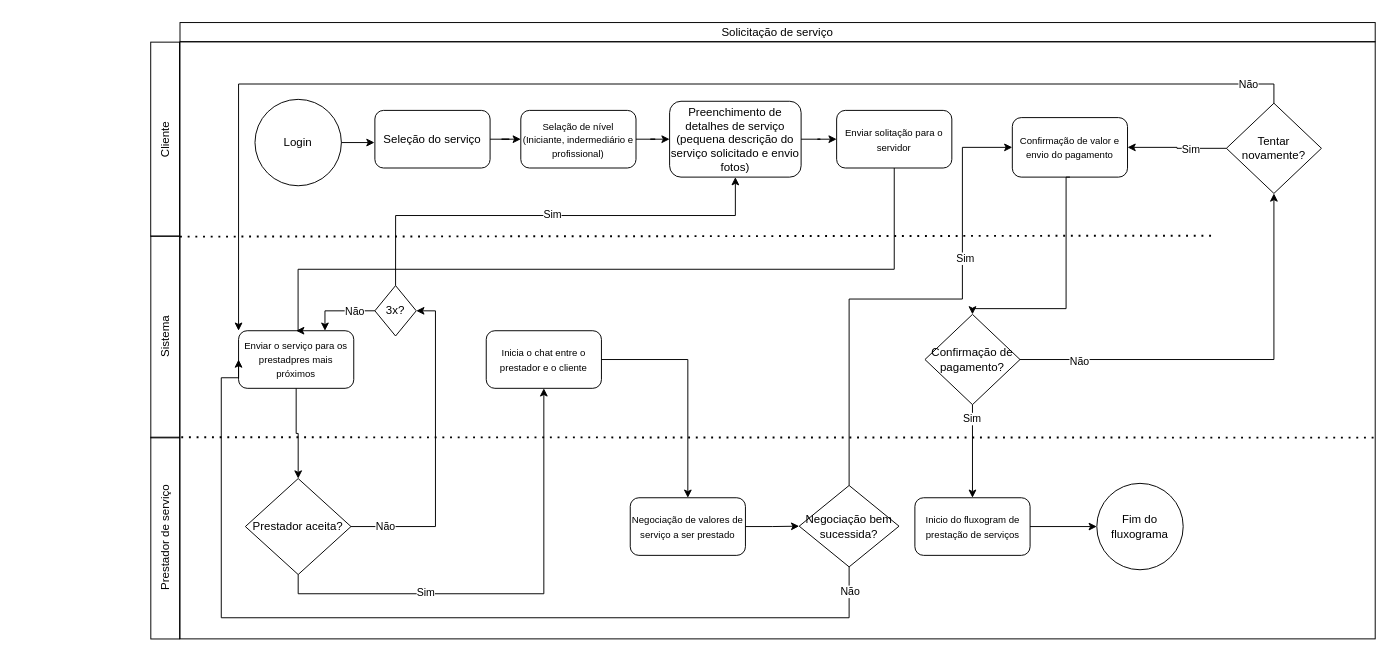
HG0304/CC5511-SIRIUS keeps this draw.io diagram as Fluxo de solicitação de serviço.drawio. Above is the earlier version. Source tidied: cells renumbered, new cells numbered last; positions are measured from the earlier drawing's top-left corner, leaving out a move shared by most shapes. Both pictures are drawn from the tidied source at 96%, with x=0, y=0 at pixel (63, 22).
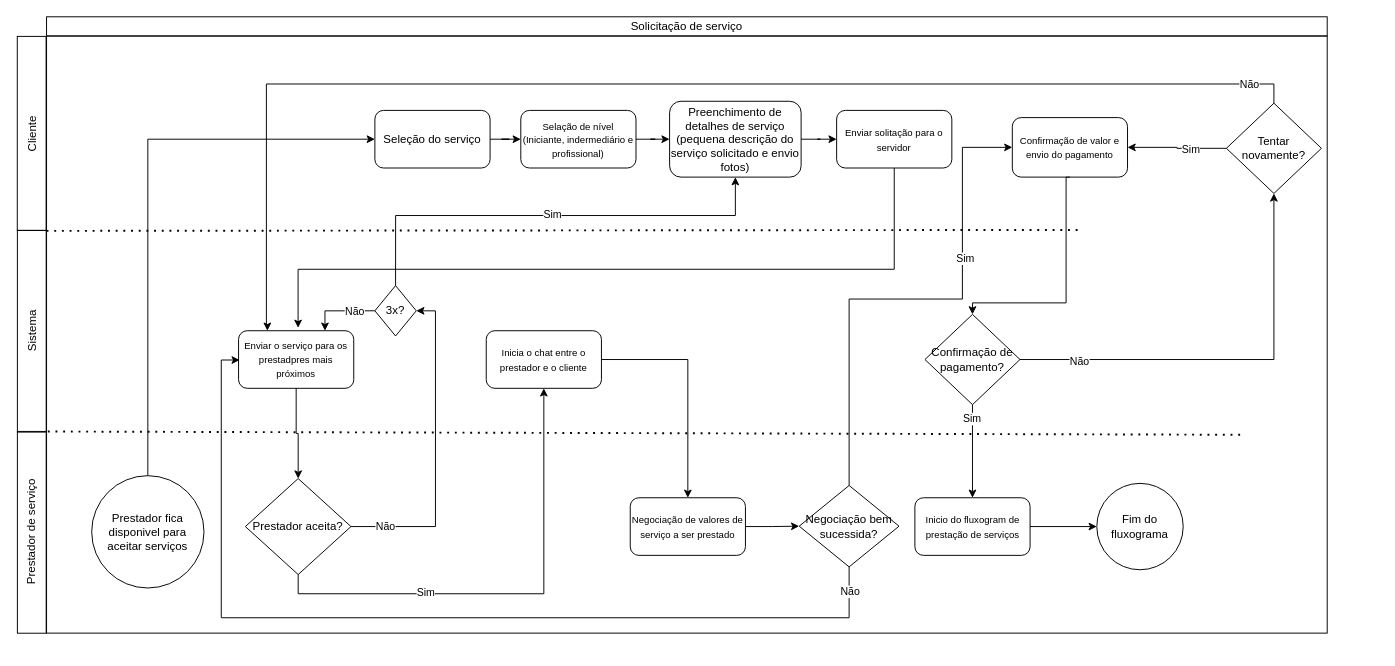
The same diagram, later.

Unchanged cells that the change refers to:
```xml
<mxCell id="9" value="Seleção do serviço" style="rounded=1;whiteSpace=wrap;html=1;fillColor=none;" parent="1" vertex="1">
  <mxGeometry x="324" y="91.5" width="120" height="60" as="geometry" />
</mxCell>
<mxCell id="15" value="&lt;font style=&quot;font-size: 10px;&quot;&gt;Enviar solitação para o servidor&lt;/font&gt;" style="rounded=1;whiteSpace=wrap;html=1;fillColor=none;" parent="1" vertex="1">
  <mxGeometry x="805" y="91.5" width="120" height="60" as="geometry" />
</mxCell>
<mxCell id="17" value="&lt;font style=&quot;font-size: 10px;&quot;&gt;Enviar o serviço para os prestadpres mais próximos&lt;/font&gt;" style="rounded=1;whiteSpace=wrap;html=1;fillColor=none;" parent="1" vertex="1">
  <mxGeometry x="182" y="321" width="120" height="60" as="geometry" />
</mxCell>
<mxCell id="40" value="Negociação bem sucessida?" style="rhombus;whiteSpace=wrap;html=1;fillColor=none;" parent="1" vertex="1">
  <mxGeometry x="766" y="482.2" width="104" height="84.8" as="geometry" />
</mxCell>
<mxCell id="45" value="Confirmação de pagamento?" style="rhombus;whiteSpace=wrap;html=1;fillColor=none;" parent="1" vertex="1">
  <mxGeometry x="897" y="304" width="99" height="94" as="geometry" />
</mxCell>
<mxCell id="50" value="Tentar novamente?" style="rhombus;whiteSpace=wrap;html=1;fillColor=none;" parent="1" vertex="1">
  <mxGeometry x="1211" y="84" width="99" height="94" as="geometry" />
</mxCell>
<mxCell id="55" value="&lt;span style=&quot;font-size: 10px;&quot;&gt;Confirmação de valor e envio do pagamento&lt;/span&gt;" style="rounded=1;whiteSpace=wrap;html=1;fillColor=none;" parent="1" vertex="1">
  <mxGeometry x="988" y="99" width="120" height="62" as="geometry" />
</mxCell>
```

Change to the diagram source:
```diff
@@
+    <mxCell id="56" style="rounded=0;whiteSpace=wrap;html=1;" parent="1" vertex="1">
+      <mxGeometry x="-18" y="14" width="1334" height="622" as="geometry" />
+    </mxCell>
     <mxCell id="2" value="Solicitação de serviço" style="rounded=0;whiteSpace=wrap;html=1;fillColor=none;" parent="1" vertex="1">
-      <mxGeometry x="121" width="1245" height="20" as="geometry" />
+      <mxGeometry x="-18" y="-6" width="1334" height="20" as="geometry" />
     </mxCell>
-    <mxCell id="3" style="rounded=0;whiteSpace=wrap;html=1;fillColor=none;" parent="1" vertex="1">
-      <mxGeometry x="121" y="20" width="1245" height="622" as="geometry" />
-    </mxCell>
-    <mxCell id="4" value="Login" style="ellipse;whiteSpace=wrap;html=1;fillColor=none;" parent="1" vertex="1">
-      <mxGeometry x="199.1" y="80" width="90" height="90" as="geometry" />
-    </mxCell>
     <mxCell id="5" value="Cliente" style="rounded=0;whiteSpace=wrap;html=1;fillColor=none;rotation=-90;" parent="1" vertex="1">
-      <mxGeometry x="4.4" y="106.5" width="202.2" height="30" as="geometry" />
+      <mxGeometry x="-134.6" y="100.5" width="202.2" height="30" as="geometry" />
     </mxCell>
     <mxCell id="6" value="Sistema" style="rounded=0;whiteSpace=wrap;html=1;fillColor=none;rotation=-90;" parent="1" vertex="1">
-      <mxGeometry x="0.5" y="312.5" width="210.2" height="30" as="geometry" />
+      <mxGeometry x="-138.5" y="306.5" width="210.2" height="30" as="geometry" />
     </mxCell>
@@
     <mxCell id="10" style="endArrow=none;dashed=1;html=1;dashPattern=1 3;strokeWidth=2;rounded=0;exitX=0;exitY=0.345;exitDx=0;exitDy=0;exitPerimeter=0;" parent="1" edge="1">
       <mxGeometry relative="1" as="geometry">
-        <mxPoint x="121" y="223" as="sourcePoint" />
-        <mxPoint x="1195" y="222" as="targetPoint" />
+        <mxPoint x="-18" y="217" as="sourcePoint" />
+        <mxPoint x="1056" y="216" as="targetPoint" />
       </mxGeometry>
     </mxCell>
-    <mxCell id="11" style="edgeStyle=orthogonalEdgeStyle;rounded=0;jettySize=auto;html=1;exitX=1;exitY=0.5;exitDx=0;exitDy=0;entryX=-0.003;entryY=0.568;entryDx=0;entryDy=0;entryPerimeter=0;" parent="1" edge="1" source="4" target="9">
-      <mxGeometry relative="1" as="geometry" />
-    </mxCell>
@@
-    <mxCell id="14" style="edgeStyle=orthogonalEdgeStyle;rounded=0;jettySize=auto;html=1;exitX=0.5;exitY=1;exitDx=0;exitDy=0;entryX=0.5;entryY=0;entryDx=0;entryDy=0;" parent="1" edge="1" source="15" target="17">
+    <mxCell id="14" style="edgeStyle=orthogonalEdgeStyle;rounded=0;jettySize=auto;html=1;exitX=0.5;exitY=1;exitDx=0;exitDy=0;" parent="1" edge="1" source="15">
       <mxGeometry relative="1" as="geometry">
+        <mxPoint x="244" y="318" as="targetPoint" />
         <Array as="points">
           <mxPoint x="865" y="257" />
           <mxPoint x="244" y="257" />
         </Array>
       </mxGeometry>
     </mxCell>
@@
     <mxCell id="18" value="Prestador de serviço" style="rounded=0;whiteSpace=wrap;html=1;fillColor=none;rotation=-90;" parent="1" vertex="1">
-      <mxGeometry x="0.5" y="522" width="210.2" height="30" as="geometry" />
+      <mxGeometry x="-138.5" y="516" width="210.2" height="30" as="geometry" />
     </mxCell>
@@
-    <mxCell id="21" style="endArrow=none;dashed=1;html=1;dashPattern=1 3;strokeWidth=2;rounded=0;exitX=0;exitY=0.345;exitDx=0;exitDy=0;entryX=1.001;entryY=0.663;entryDx=0;entryDy=0;entryPerimeter=0;exitPerimeter=0;" parent="1" edge="1" target="3">
+    <mxCell id="21" style="endArrow=none;dashed=1;html=1;dashPattern=1 3;strokeWidth=2;rounded=0;exitX=0;exitY=0.345;exitDx=0;exitDy=0;entryX=1.001;entryY=0.663;entryDx=0;entryDy=0;entryPerimeter=0;exitPerimeter=0;" parent="1" edge="1">
       <mxGeometry relative="1" as="geometry">
-        <mxPoint x="122.3" y="432" as="sourcePoint" />
+        <mxPoint x="-16.7" y="426" as="sourcePoint" />
+        <mxPoint x="1228.2" y="429.4" as="targetPoint" />
       </mxGeometry>
     </mxCell>
@@
-    <mxCell id="36" style="edgeStyle=orthogonalEdgeStyle;rounded=0;jettySize=auto;html=1;exitX=0.5;exitY=1;exitDx=0;exitDy=0;entryX=0;entryY=0.5;entryDx=0;entryDy=0;" parent="1" edge="1" source="40" target="17">
+    <mxCell id="36" style="edgeStyle=orthogonalEdgeStyle;rounded=0;jettySize=auto;html=1;exitX=0.5;exitY=1;exitDx=0;exitDy=0;entryX=0.01;entryY=0.509;entryDx=0;entryDy=0;entryPerimeter=0;" parent="1" edge="1" source="40" target="17">
       <mxGeometry relative="1" as="geometry">
         <Array as="points">
           <mxPoint x="818" y="620" />
           <mxPoint x="164" y="620" />
-          <mxPoint x="164" y="370" />
+          <mxPoint x="164" y="352" />
         </Array>
       </mxGeometry>
     </mxCell>
@@
-    <mxCell id="46" style="edgeStyle=orthogonalEdgeStyle;rounded=0;jettySize=auto;html=1;exitX=0.5;exitY=0;exitDx=0;exitDy=0;entryX=0;entryY=0;entryDx=0;entryDy=0;" parent="1" edge="1" source="50" target="17">
-      <mxGeometry relative="1" as="geometry" />
+    <mxCell id="46" style="edgeStyle=orthogonalEdgeStyle;rounded=0;jettySize=auto;html=1;exitX=0.5;exitY=0;exitDx=0;exitDy=0;entryX=0.25;entryY=0;entryDx=0;entryDy=0;" parent="1" edge="1" source="50" target="17">
+      <mxGeometry relative="1" as="geometry">
+        <Array as="points">
+          <mxPoint x="1261" y="64" />
+          <mxPoint x="211" y="64" />
+          <mxPoint x="211" y="315" />
+          <mxPoint x="212" y="315" />
+        </Array>
+      </mxGeometry>
     </mxCell>
@@
     <mxCell id="54" style="edgeStyle=orthogonalEdgeStyle;rounded=0;jettySize=auto;html=1;exitX=0.5;exitY=1;exitDx=0;exitDy=0;entryX=0.5;entryY=0;entryDx=0;entryDy=0;" parent="1" edge="1" source="55" target="45">
       <mxGeometry relative="1" as="geometry">
         <Array as="points">
-          <mxPoint x="1044" y="298" />
-          <mxPoint x="947" y="298" />
+          <mxPoint x="1044" y="161" />
+          <mxPoint x="1044" y="292" />
+          <mxPoint x="946" y="292" />
         </Array>
       </mxGeometry>
     </mxCell>
@@
+    <mxCell id="57" style="edgeStyle=orthogonalEdgeStyle;rounded=0;jettySize=auto;html=1;exitX=0.5;exitY=0;exitDx=0;exitDy=0;entryX=0;entryY=0.5;entryDx=0;entryDy=0;" parent="1" edge="1" source="58" target="9">
+      <mxGeometry relative="1" as="geometry" />
+    </mxCell>
+    <mxCell id="58" value="Prestador fica disponivel para aceitar serviços" style="ellipse;whiteSpace=wrap;html=1;fillColor=none;" parent="1" vertex="1">
+      <mxGeometry x="29" y="472" width="117" height="117" as="geometry" />
+    </mxCell>
```
